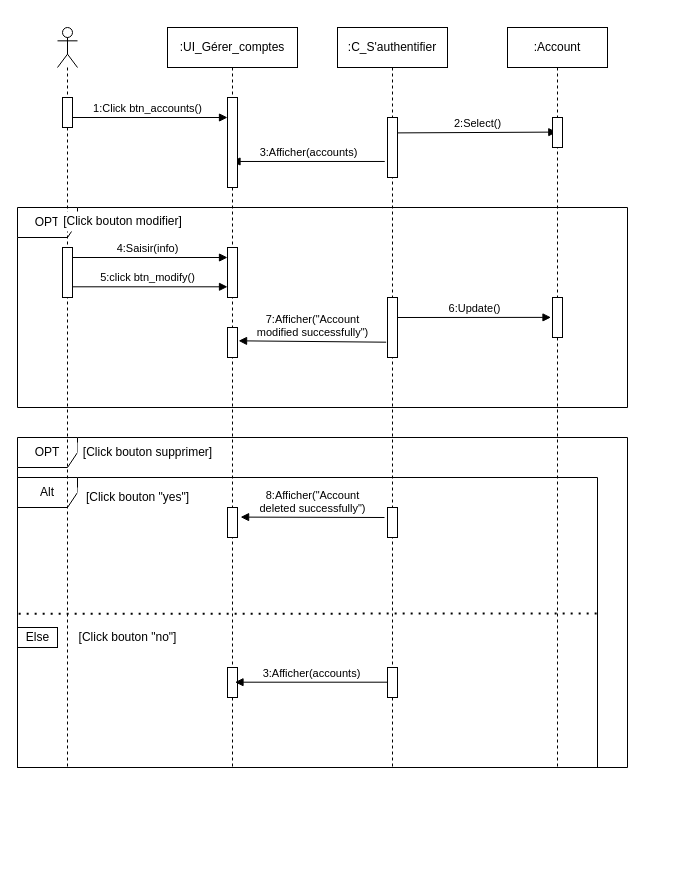
Earlier version of the draw.io diagram page "Page-10" (10 of 12) of quizme/Diagrammes/tous les diagrammes.drawio (Walid-ben-aissa/Quizme). Source tidied: cells renumbered, new cells numbered last; positions are measured from the earlier drawing's top-left corner, leaving out a move shared by most shapes. Both pictures are drawn from the tidied source at 100%, with x=0, y=0 at pixel (17, 27).
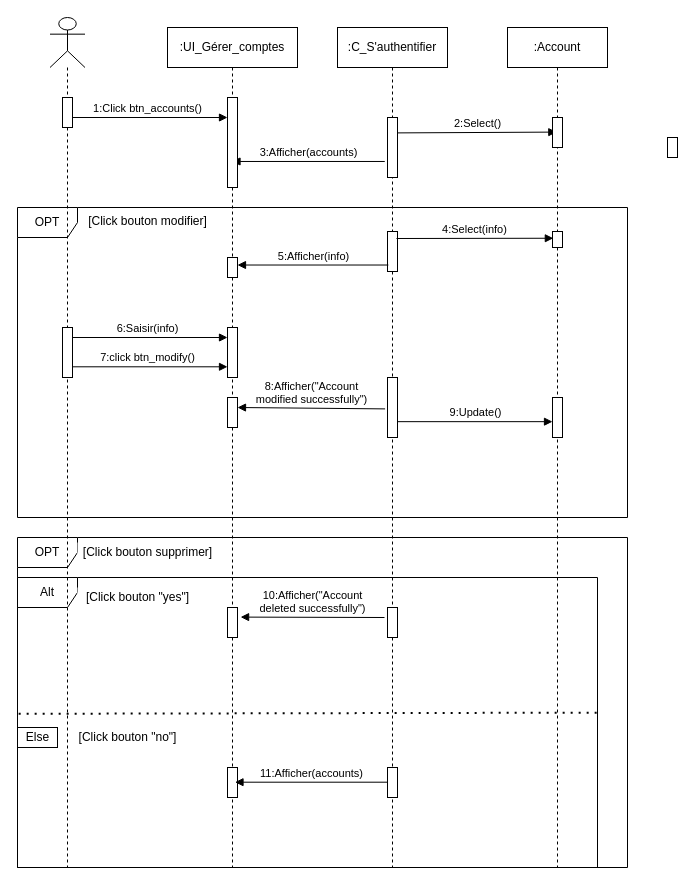
The same page after the edit.

Change to the diagram source:
```diff
@@
+    <mxCell id="6" value="OPT" style="shape=umlFrame;whiteSpace=wrap;html=1;strokeColor=#000000;fillColor=#ffffff;" parent="1" vertex="1">
+      <mxGeometry y="180" width="610" height="310" as="geometry" />
+    </mxCell>
     <mxCell id="2" value="OPT" style="shape=umlFrame;whiteSpace=wrap;html=1;strokeColor=#000000;fillColor=#ffffff;" parent="1" vertex="1">
-      <mxGeometry y="410" width="610" height="330" as="geometry" />
+      <mxGeometry y="510" width="610" height="330" as="geometry" />
     </mxCell>
     <mxCell id="3" value="Alt" style="shape=umlFrame;whiteSpace=wrap;html=1;strokeColor=#000000;fillColor=#ffffff;" parent="1" vertex="1">
-      <mxGeometry y="450" width="580" height="290" as="geometry" />
+      <mxGeometry y="550" width="580" height="290" as="geometry" />
     </mxCell>
-    <mxCell id="4" value="&lt;span style=&quot;font-weight: normal&quot;&gt;8:Afficher(&quot;Account &lt;br&gt;deleted successfully&quot;)&lt;/span&gt;" style="html=1;verticalAlign=bottom;endArrow=block;fontStyle=1;entryX=1.314;entryY=0.232;entryDx=0;entryDy=0;entryPerimeter=0;" parent="1" edge="1">
+    <mxCell id="4" value="&lt;span style=&quot;font-weight: normal&quot;&gt;10:Afficher(&quot;Account &lt;br&gt;deleted successfully&quot;)&lt;/span&gt;" style="html=1;verticalAlign=bottom;endArrow=block;fontStyle=1;entryX=1.314;entryY=0.232;entryDx=0;entryDy=0;entryPerimeter=0;" parent="1" edge="1">
       <mxGeometry relative="1" as="geometry">
-        <mxPoint x="367" y="490" as="sourcePoint" />
-        <mxPoint x="223.1" y="489.6" as="targetPoint" />
+        <mxPoint x="367" y="590" as="sourcePoint" />
+        <mxPoint x="223.1" y="589.6" as="targetPoint" />
       </mxGeometry>
     </mxCell>
-    <mxCell id="5" value="&lt;span style=&quot;font-weight: normal&quot;&gt;5:click btn_modify()&lt;/span&gt;" style="html=1;verticalAlign=bottom;endArrow=block;fontStyle=1;" parent="1" edge="1">
-      <mxGeometry relative="1" as="geometry">
-        <mxPoint x="50" y="259.3" as="sourcePoint" />
-        <mxPoint x="210" y="259.3" as="targetPoint" />
-      </mxGeometry>
-    </mxCell>
-    <mxCell id="6" value="OPT" style="shape=umlFrame;whiteSpace=wrap;html=1;strokeColor=#000000;fillColor=#ffffff;" parent="1" vertex="1">
-      <mxGeometry y="180" width="610" height="200" as="geometry" />
-    </mxCell>
-    <mxCell id="7" value="&lt;span style=&quot;font-weight: normal&quot;&gt;4:Saisir(info)&lt;/span&gt;" style="html=1;verticalAlign=bottom;endArrow=block;fontStyle=1;" parent="1" edge="1">
-      <mxGeometry relative="1" as="geometry">
-        <mxPoint x="50" y="230" as="sourcePoint" />
-        <mxPoint x="210" y="230" as="targetPoint" />
-      </mxGeometry>
-    </mxCell>
@@
-    <mxCell id="10" style="shape=umlLifeline;participant=umlActor;perimeter=lifelinePerimeter;whiteSpace=wrap;html=1;verticalAlign=top;spacingTop=36;strokeColor=#000000;fillColor=#ffffff;" parent="1" vertex="1">
-      <mxGeometry x="40" width="20" height="740" as="geometry" />
+    <mxCell id="10" style="shape=umlLifeline;participant=umlActor;perimeter=lifelinePerimeter;whiteSpace=wrap;html=1;verticalAlign=top;spacingTop=36;strokeColor=#000000;fillColor=#ffffff;size=50;" parent="1" vertex="1">
+      <mxGeometry x="32.5" y="-10" width="35" height="850" as="geometry" />
     </mxCell>
-    <mxCell id="11" style="html=1;perimeter=orthogonalPerimeter;strokeColor=#000000;fillColor=#ffffff;" parent="10" vertex="1">
-      <mxGeometry x="5" y="70" width="10" height="30" as="geometry" />
-    </mxCell>
     <mxCell id="12" value=":UI_Gérer_comptes" style="shape=umlLifeline;perimeter=lifelinePerimeter;whiteSpace=wrap;html=1;outlineConnect=0;strokeColor=#000000;fillColor=#ffffff;" parent="1" vertex="1">
-      <mxGeometry x="150" width="130" height="740" as="geometry" />
+      <mxGeometry x="150" width="130" height="840" as="geometry" />
     </mxCell>
     <mxCell id="13" style="html=1;points=[];perimeter=orthogonalPerimeter;strokeColor=#000000;fillColor=#ffffff;" parent="12" vertex="1">
-      <mxGeometry x="60" y="300" width="10" height="30" as="geometry" />
+      <mxGeometry x="60" y="370" width="10" height="30" as="geometry" />
     </mxCell>
+    <mxCell id="37" style="html=1;points=[];perimeter=orthogonalPerimeter;" parent="12" vertex="1">
+      <mxGeometry x="60" y="230" width="10" height="20" as="geometry" />
+    </mxCell>
     <mxCell id="14" value=":Account" style="shape=umlLifeline;perimeter=lifelinePerimeter;whiteSpace=wrap;html=1;strokeColor=#000000;fillColor=#ffffff;" parent="1" vertex="1">
-      <mxGeometry x="490" width="100" height="740" as="geometry" />
+      <mxGeometry x="490" width="100" height="840" as="geometry" />
     </mxCell>
+    <mxCell id="38" style="html=1;points=[];perimeter=orthogonalPerimeter;" parent="14" vertex="1">
+      <mxGeometry x="45" y="204" width="10" height="16" as="geometry" />
+    </mxCell>
     <mxCell id="15" value=":C_S'authentifier" style="shape=umlLifeline;perimeter=lifelinePerimeter;whiteSpace=wrap;html=1;strokeColor=#000000;fillColor=#ffffff;" parent="1" vertex="1">
-      <mxGeometry x="320" width="110" height="740" as="geometry" />
+      <mxGeometry x="320" width="110" height="840" as="geometry" />
     </mxCell>
     <mxCell id="16" style="html=1;points=[];perimeter=orthogonalPerimeter;strokeColor=#000000;fillColor=#ffffff;" parent="15" vertex="1">
-      <mxGeometry x="50" y="270" width="10" height="60" as="geometry" />
+      <mxGeometry x="50" y="350" width="10" height="60" as="geometry" />
     </mxCell>
-    <mxCell id="17" value="6:Update()" style="html=1;verticalAlign=bottom;endArrow=block;entryX=-0.152;entryY=0.497;entryDx=0;entryDy=0;entryPerimeter=0;" parent="15" edge="1" target="25">
-      <mxGeometry relative="1" as="geometry">
-        <mxPoint x="60" y="290" as="sourcePoint" />
-      </mxGeometry>
-    </mxCell>
@@
     <mxCell id="22" value="[Click bouton modifier]" style="text;html=1;align=center;verticalAlign=middle;strokeColor=none;fillColor=#ffffff;" parent="1" vertex="1">
-      <mxGeometry x="40" y="184" width="130" height="20" as="geometry" />
+      <mxGeometry x="65" y="184" width="130" height="20" as="geometry" />
     </mxCell>
-    <mxCell id="23" style="html=1;perimeter=orthogonalPerimeter;strokeColor=#000000;fillColor=#ffffff;" parent="1" vertex="1">
-      <mxGeometry x="45" y="220" width="10" height="50" as="geometry" />
-    </mxCell>
-    <mxCell id="24" style="html=1;perimeter=orthogonalPerimeter;strokeColor=#000000;fillColor=#ffffff;" parent="1" vertex="1">
-      <mxGeometry x="210" y="220" width="10" height="50" as="geometry" />
-    </mxCell>
     <mxCell id="25" style="html=1;points=[];perimeter=orthogonalPerimeter;strokeColor=#000000;fillColor=#ffffff;" parent="1" vertex="1">
-      <mxGeometry x="535" y="270" width="10" height="40" as="geometry" />
+      <mxGeometry x="535" y="370" width="10" height="40" as="geometry" />
     </mxCell>
-    <mxCell id="26" value="7:Afficher(&quot;Account &lt;br&gt;modified successfully&quot;)" style="html=1;verticalAlign=bottom;endArrow=block;entryX=1.107;entryY=0.444;entryDx=0;entryDy=0;entryPerimeter=0;exitX=-0.134;exitY=0.745;exitDx=0;exitDy=0;exitPerimeter=0;" parent="1" edge="1" source="16" target="13">
-      <mxGeometry relative="1" as="geometry" />
+    <mxCell id="26" value="8:Afficher(&quot;Account &lt;br&gt;modified successfully&quot;)" style="html=1;verticalAlign=bottom;endArrow=block;entryX=1.107;entryY=0.444;entryDx=0;entryDy=0;entryPerimeter=0;exitX=-0.134;exitY=0.745;exitDx=0;exitDy=0;exitPerimeter=0;" parent="1" edge="1">
+      <mxGeometry relative="1" as="geometry">
+        <mxPoint x="367.6" y="381.4" as="sourcePoint" />
+        <mxPoint x="220" y="380" as="targetPoint" />
+      </mxGeometry>
     </mxCell>
     <mxCell id="27" value="[Click bouton supprimer]" style="text;html=1;align=center;verticalAlign=middle;strokeColor=none;fillColor=#ffffff;" parent="1" vertex="1">
-      <mxGeometry x="60" y="415" width="140" height="20" as="geometry" />
+      <mxGeometry x="60" y="515" width="140" height="20" as="geometry" />
     </mxCell>
     <mxCell id="28" style="html=1;perimeter=orthogonalPerimeter;strokeColor=#000000;fillColor=#ffffff;" parent="1" vertex="1">
-      <mxGeometry x="210" y="480" width="10" height="30" as="geometry" />
+      <mxGeometry x="210" y="580" width="10" height="30" as="geometry" />
     </mxCell>
     <mxCell id="29" style="html=1;perimeter=orthogonalPerimeter;strokeColor=#000000;fillColor=#ffffff;" parent="1" vertex="1">
-      <mxGeometry x="370" y="480" width="10" height="30" as="geometry" />
+      <mxGeometry x="370" y="580" width="10" height="30" as="geometry" />
     </mxCell>
     <mxCell id="30" value="[Click bouton &quot;yes&quot;]" style="text;html=1;align=center;verticalAlign=middle;strokeColor=none;fillColor=#ffffff;" parent="1" vertex="1">
-      <mxGeometry x="60" y="460" width="120" height="20" as="geometry" />
+      <mxGeometry x="60" y="560" width="120" height="20" as="geometry" />
     </mxCell>
-    <mxCell id="31" style="endArrow=none;dashed=1;html=1;dashPattern=1 3;strokeWidth=2;exitX=0.002;exitY=0.47;exitDx=0;exitDy=0;exitPerimeter=0;" parent="1" edge="1" source="3">
-      <mxGeometry relative="1" as="geometry">
-        <mxPoint x="581" y="586" as="targetPoint" />
-      </mxGeometry>
+    <mxCell id="31" style="endArrow=none;dashed=1;html=1;dashPattern=1 3;strokeWidth=2;exitX=0.002;exitY=0.47;exitDx=0;exitDy=0;exitPerimeter=0;entryX=1.003;entryY=0.466;entryDx=0;entryDy=0;entryPerimeter=0;" parent="1" edge="1" source="3" target="3">
+      <mxGeometry relative="1" as="geometry" />
     </mxCell>
     <mxCell id="32" value="Else" style="text;html=1;align=center;verticalAlign=middle;strokeColor=#000000;fillColor=#ffffff;" parent="1" vertex="1">
-      <mxGeometry y="600" width="40" height="20" as="geometry" />
+      <mxGeometry y="700" width="40" height="20" as="geometry" />
     </mxCell>
     <mxCell id="33" value="[Click bouton &quot;no&quot;]" style="text;html=1;align=center;verticalAlign=middle;strokeColor=none;fillColor=#ffffff;" parent="1" vertex="1">
-      <mxGeometry x="55" y="600" width="110" height="20" as="geometry" />
+      <mxGeometry x="55" y="700" width="110" height="20" as="geometry" />
     </mxCell>
     <mxCell id="34" style="html=1;perimeter=orthogonalPerimeter;strokeColor=#000000;fillColor=#ffffff;" parent="1" vertex="1">
-      <mxGeometry x="370" y="640" width="10" height="30" as="geometry" />
+      <mxGeometry x="370" y="740" width="10" height="30" as="geometry" />
     </mxCell>
     <mxCell id="35" style="html=1;perimeter=orthogonalPerimeter;strokeColor=#000000;fillColor=#ffffff;" parent="1" vertex="1">
-      <mxGeometry x="210" y="640" width="10" height="30" as="geometry" />
+      <mxGeometry x="210" y="740" width="10" height="30" as="geometry" />
     </mxCell>
-    <mxCell id="36" value="&lt;span style=&quot;font-weight: normal&quot;&gt;3:Afficher(accounts)&lt;/span&gt;" style="html=1;verticalAlign=bottom;endArrow=block;fontStyle=1;exitX=-0.272;exitY=0.733;exitDx=0;exitDy=0;exitPerimeter=0;" parent="1" edge="1">
+    <mxCell id="36" value="&lt;span style=&quot;font-weight: normal&quot;&gt;11:Afficher(accounts)&lt;/span&gt;" style="html=1;verticalAlign=bottom;endArrow=block;fontStyle=1;exitX=-0.272;exitY=0.733;exitDx=0;exitDy=0;exitPerimeter=0;" parent="1" edge="1">
       <mxGeometry relative="1" as="geometry">
-        <mxPoint x="370" y="654.7" as="sourcePoint" />
-        <mxPoint x="217.5" y="654.7" as="targetPoint" />
+        <mxPoint x="370" y="754.7" as="sourcePoint" />
+        <mxPoint x="217.5" y="754.7" as="targetPoint" />
       </mxGeometry>
     </mxCell>
+    <mxCell id="39" style="html=1;perimeter=orthogonalPerimeter;" parent="1" vertex="1">
+      <mxGeometry x="650" y="110" width="10" height="20" as="geometry" />
+    </mxCell>
+    <mxCell id="17" value="9:Update()" style="html=1;verticalAlign=bottom;endArrow=block;exitX=1;exitY=0.736;exitDx=0;exitDy=0;exitPerimeter=0;" parent="1" edge="1" source="16" target="25">
+      <mxGeometry relative="1" as="geometry" />
+    </mxCell>
+    <mxCell id="40" style="html=1;points=[];perimeter=orthogonalPerimeter;" parent="1" vertex="1">
+      <mxGeometry x="370" y="204" width="10" height="40" as="geometry" />
+    </mxCell>
+    <mxCell id="41" value="4:Select(info)" style="html=1;verticalAlign=bottom;endArrow=block;entryX=0.083;entryY=0.421;entryDx=0;entryDy=0;entryPerimeter=0;" parent="1" edge="1" target="38">
+      <mxGeometry relative="1" as="geometry">
+        <mxPoint x="379" y="211" as="sourcePoint" />
+      </mxGeometry>
+    </mxCell>
+    <mxCell id="42" value="5:Afficher(info)" style="html=1;verticalAlign=bottom;endArrow=block;exitX=0.083;exitY=0.838;exitDx=0;exitDy=0;exitPerimeter=0;" parent="1" edge="1" source="40" target="37">
+      <mxGeometry relative="1" as="geometry" />
+    </mxCell>
+    <mxCell id="11" style="html=1;perimeter=orthogonalPerimeter;strokeColor=#000000;fillColor=#ffffff;" parent="1" vertex="1">
+      <mxGeometry x="45" y="70" width="10" height="30" as="geometry" />
+    </mxCell>
+    <mxCell id="24" style="html=1;perimeter=orthogonalPerimeter;strokeColor=#000000;fillColor=#ffffff;" parent="1" vertex="1">
+      <mxGeometry x="210" y="300" width="10" height="50" as="geometry" />
+    </mxCell>
+    <mxCell id="7" value="&lt;span style=&quot;font-weight: normal&quot;&gt;6:Saisir(info)&lt;/span&gt;" style="html=1;verticalAlign=bottom;endArrow=block;fontStyle=1;" parent="1" edge="1">
+      <mxGeometry x="100" y="160" as="geometry">
+        <mxPoint x="50" y="310" as="sourcePoint" />
+        <mxPoint x="210" y="310" as="targetPoint" />
+      </mxGeometry>
+    </mxCell>
+    <mxCell id="5" value="&lt;span style=&quot;font-weight: normal&quot;&gt;7:click btn_modify()&lt;/span&gt;" style="html=1;verticalAlign=bottom;endArrow=block;fontStyle=1;" parent="1" edge="1">
+      <mxGeometry x="100" y="160" as="geometry">
+        <mxPoint x="50" y="339.3" as="sourcePoint" />
+        <mxPoint x="210" y="339.3" as="targetPoint" />
+      </mxGeometry>
+    </mxCell>
+    <mxCell id="23" style="html=1;perimeter=orthogonalPerimeter;strokeColor=#000000;fillColor=#ffffff;" parent="1" vertex="1">
+      <mxGeometry x="45" y="300" width="10" height="50" as="geometry" />
+    </mxCell>
```
